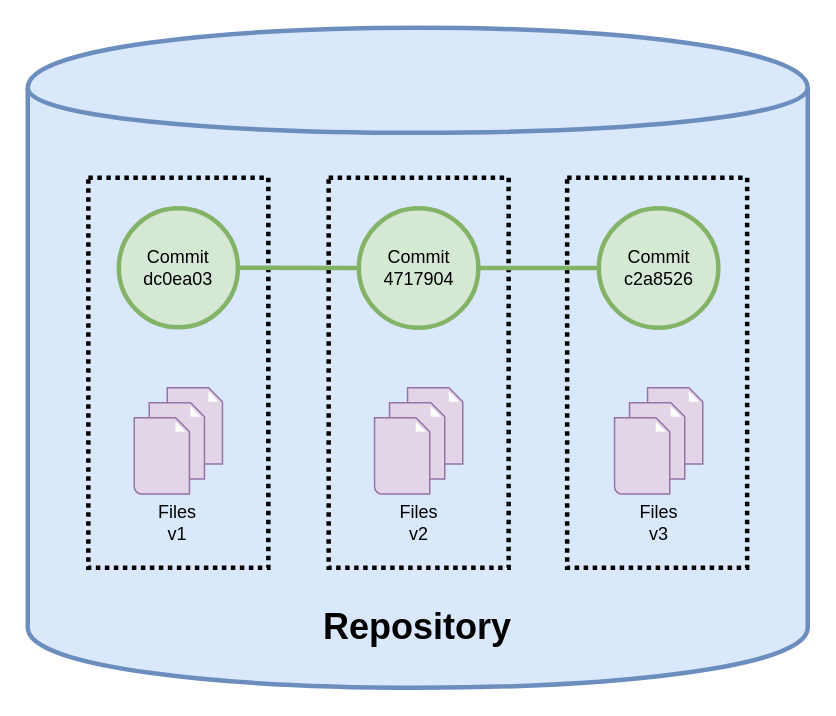
Above: github-jupyter/git-repository.drawio in shadanan/shadanan.github.io (draw.io), before the change. Source tidied: cells renumbered, new cells numbered last; positions are measured from the earlier drawing's top-left corner, leaving out a move shared by most shapes. Both pictures are drawn from the tidied source at 150%, with x=0, y=0 at pixel (27, 27).
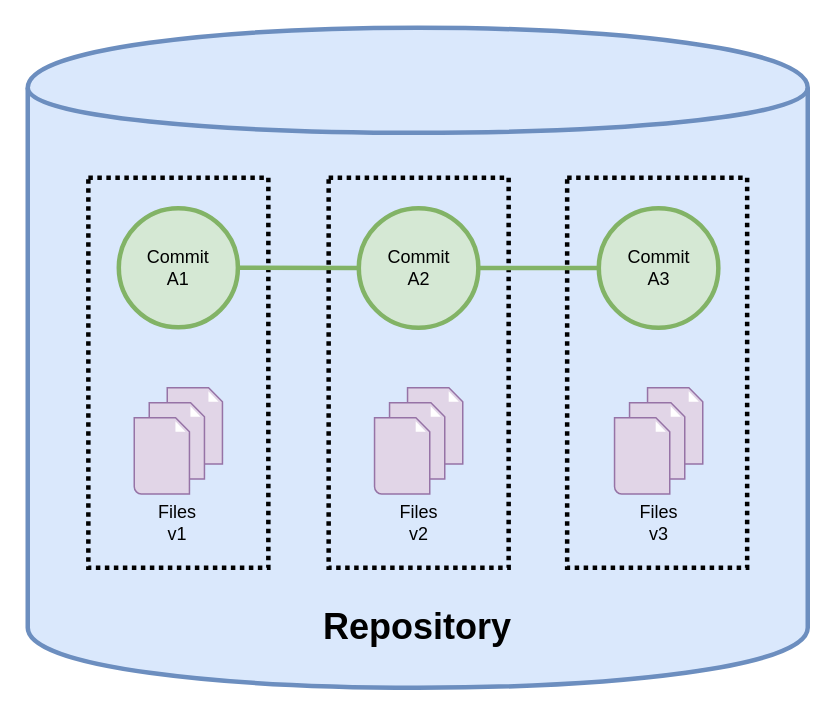
After the change.

Diff of the diagram source:
```diff
@@
-    <mxCell id="6" value="Commit&lt;br&gt;dc0ea03" style="ellipse;whiteSpace=wrap;html=1;strokeWidth=3;fillColor=#d5e8d4;strokeColor=#82b366;" parent="1" vertex="1">
+    <mxCell id="6" value="Commit&lt;br&gt;A1" style="ellipse;whiteSpace=wrap;html=1;strokeWidth=3;fillColor=#d5e8d4;strokeColor=#82b366;" parent="1" vertex="1">
       <mxGeometry x="60.7" y="120.3" width="79.4" height="79.4" as="geometry" />
     </mxCell>
-    <mxCell id="7" value="Commit&lt;br&gt;4717904" style="ellipse;whiteSpace=wrap;html=1;strokeWidth=3;fillColor=#d5e8d4;strokeColor=#82b366;" parent="1" vertex="1">
+    <mxCell id="7" value="Commit&lt;br&gt;A2" style="ellipse;whiteSpace=wrap;html=1;strokeWidth=3;fillColor=#d5e8d4;strokeColor=#82b366;" parent="1" vertex="1">
       <mxGeometry x="220.7" y="120.3" width="79.7" height="79.7" as="geometry" />
     </mxCell>
-    <mxCell id="8" value="Commit&lt;br&gt;c2a8526" style="ellipse;whiteSpace=wrap;html=1;strokeWidth=3;fillColor=#d5e8d4;strokeColor=#82b366;" parent="1" vertex="1">
+    <mxCell id="8" value="Commit&lt;br&gt;A3" style="ellipse;whiteSpace=wrap;html=1;strokeWidth=3;fillColor=#d5e8d4;strokeColor=#82b366;" parent="1" vertex="1">
       <mxGeometry x="380.7" y="120.3" width="79.7" height="79.7" as="geometry" />
     </mxCell>
```
